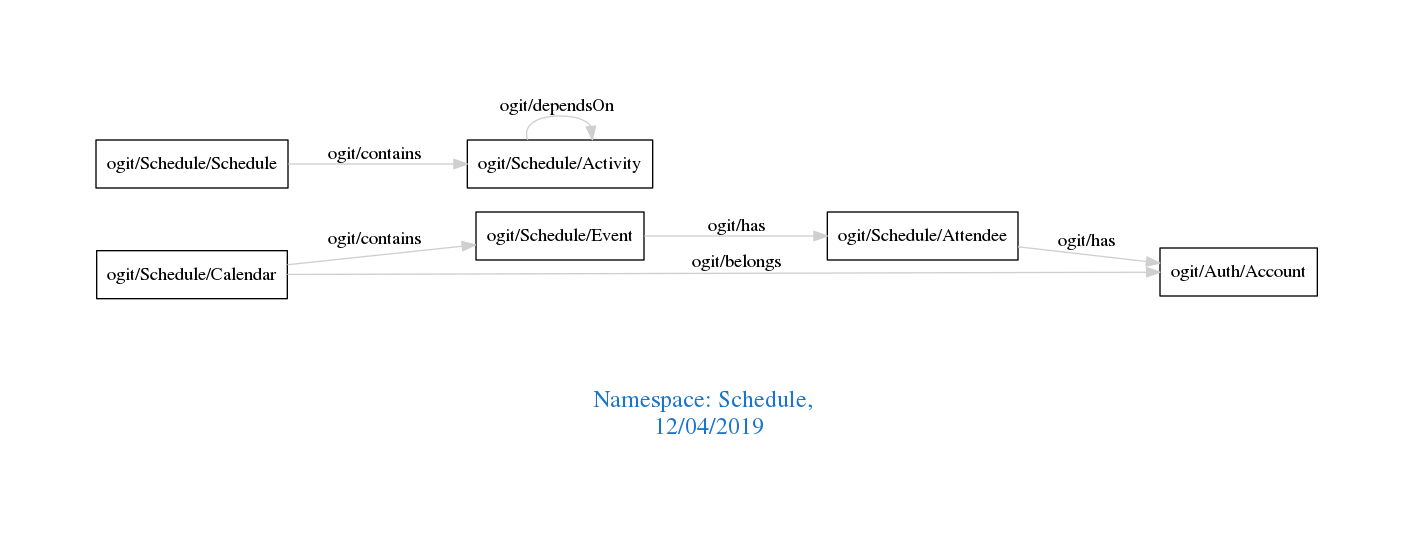
arago/OGIT keeps this Graphviz diagram as downloads/Schedule.png. Above is the earlier version. Its source is kept beside it as downloads/Schedule.dot.
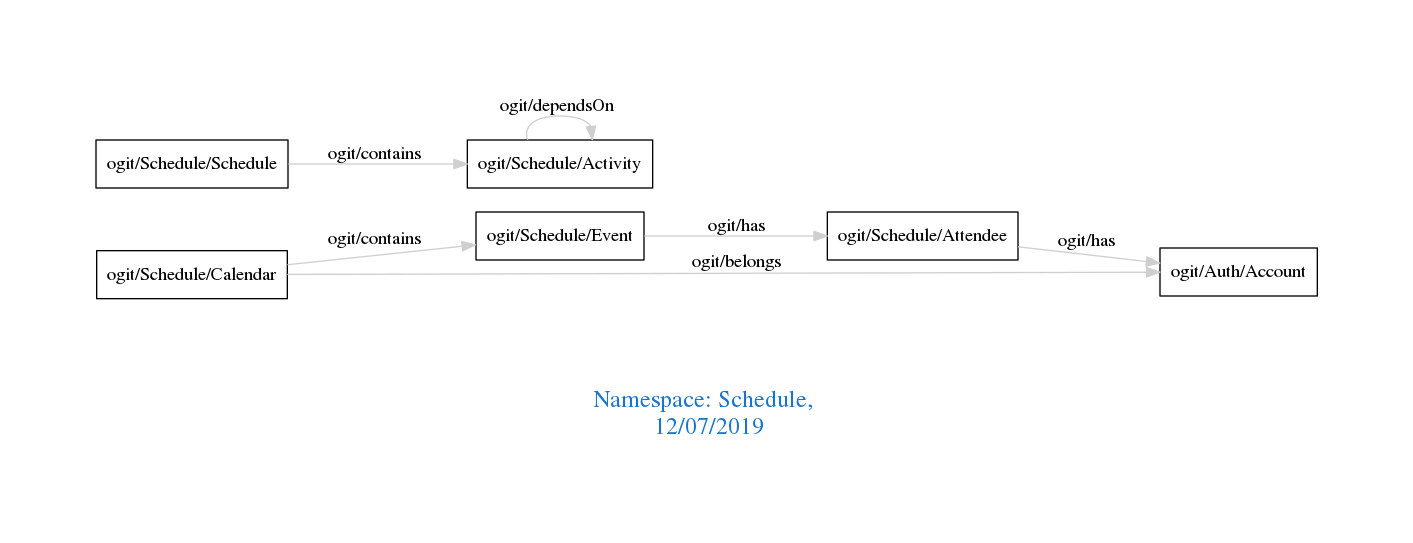
After the commit.

Change to the diagram source:
```diff
@@ -1,7 +1,7 @@
 digraph OGIT_ontology {
  graph [ rankdir= LR,pad=1
 fontsize = 18,
-fontcolor= dodgerblue3,label = "\n\n\nNamespace: Schedule, \n 12/04/2019"];
+fontcolor= dodgerblue3,label = "\n\n\nNamespace: Schedule, \n 12/07/2019"];
 node[shape=polygon];
 edge [  color="gray81"];
 
```
